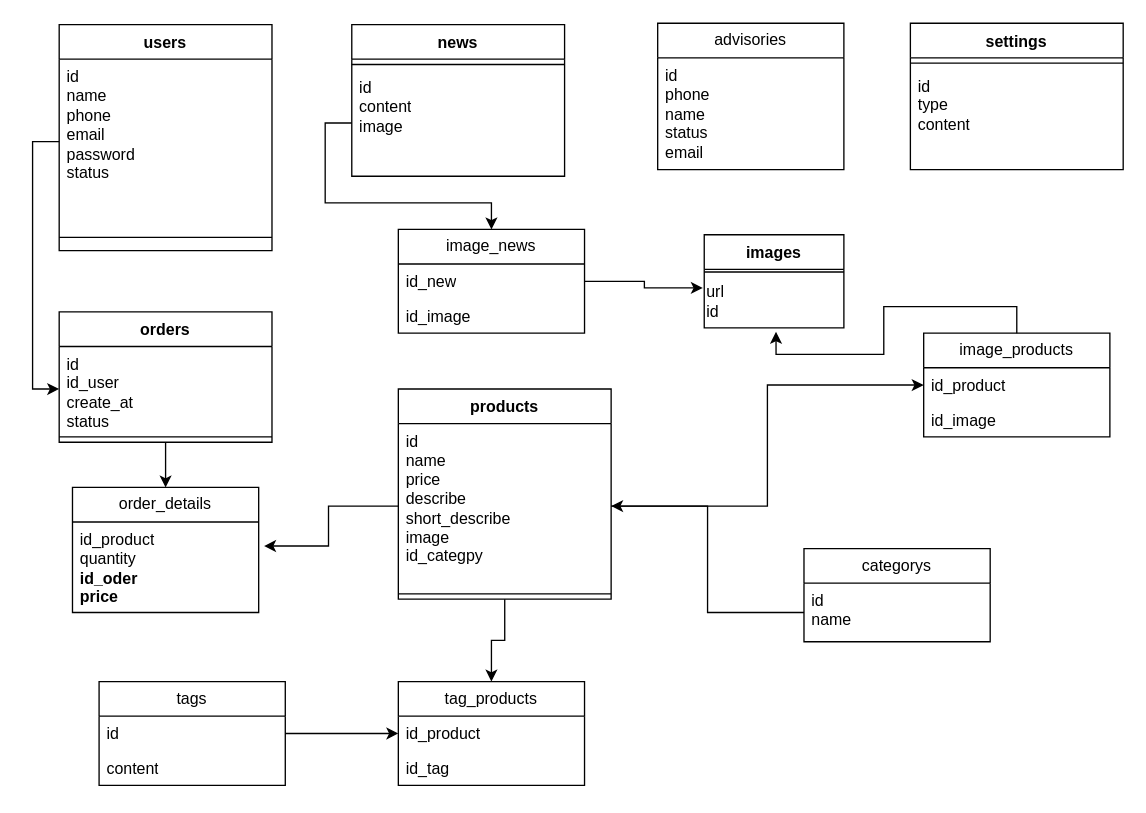
Earlier version of the draw.io diagram lop du kien.drawio (leehoang21/uml). Source tidied: cells renumbered, new cells numbered last; positions are measured from the earlier drawing's top-left corner, leaving out a move shared by most shapes. Both pictures are drawn from the tidied source at 133%, with x=0, y=0 at pixel (59, 23).
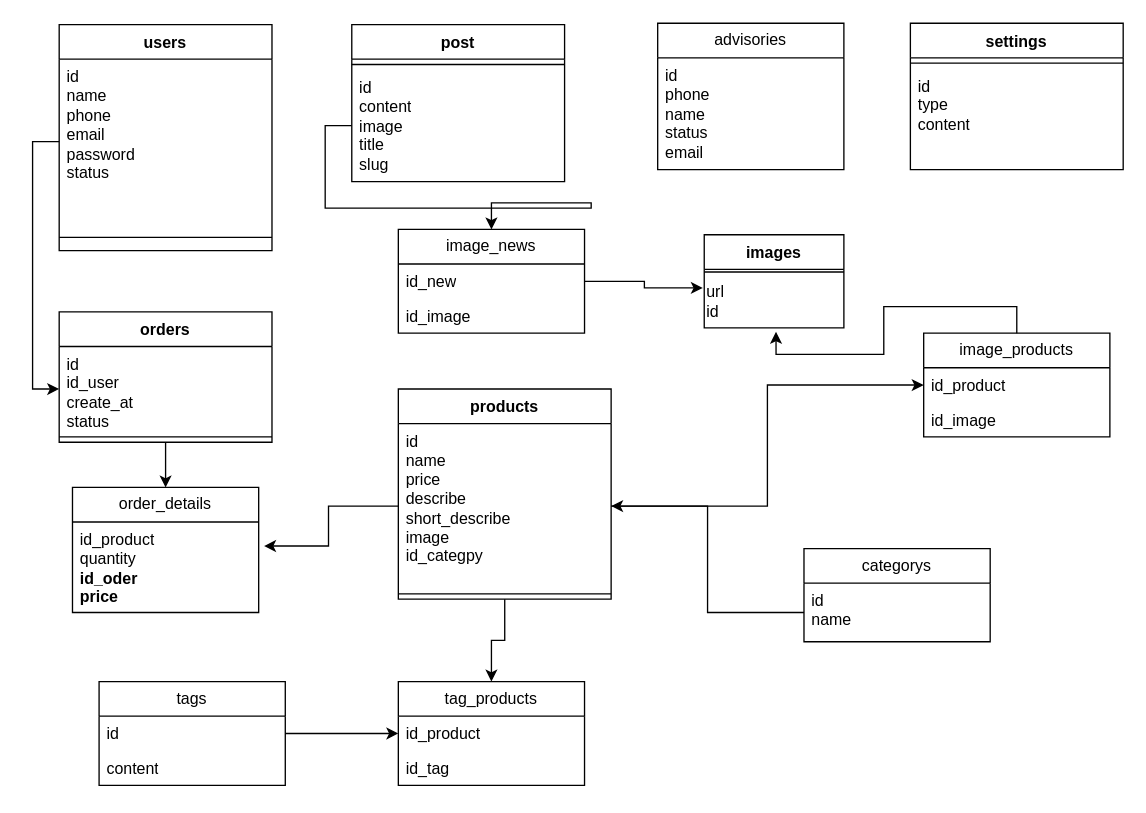
After the change.

What changed in the source:
```diff
@@
-    <mxCell id="11" value="news" style="swimlane;fontStyle=1;align=center;verticalAlign=top;horizontal=1;startSize=26;whiteSpace=wrap;html=1;" parent="1" vertex="1">
-      <mxGeometry x="220" y="1" width="160" height="114" as="geometry" />
+    <mxCell id="11" value="post" style="swimlane;fontStyle=1;align=center;verticalAlign=top;horizontal=1;startSize=26;whiteSpace=wrap;html=1;" parent="1" vertex="1">
+      <mxGeometry x="220" y="1" width="160" height="118" as="geometry" />
     </mxCell>
@@
-    <mxCell id="13" value="id&lt;br&gt;content&lt;br&gt;image" style="text;strokeColor=none;fillColor=none;align=left;verticalAlign=top;spacingLeft=4;spacingRight=4;overflow=hidden;points=[[0,0.5],[1,0.5]];portConstraint=eastwest;whiteSpace=wrap;html=1;" parent="11" vertex="1">
-      <mxGeometry y="34" width="160" height="80" as="geometry" />
+    <mxCell id="13" value="id&lt;br&gt;content&lt;br&gt;image&lt;br&gt;title&amp;nbsp;&lt;br&gt;slug" style="text;strokeColor=none;fillColor=none;align=left;verticalAlign=top;spacingLeft=4;spacingRight=4;overflow=hidden;points=[[0,0.5],[1,0.5]];portConstraint=eastwest;whiteSpace=wrap;html=1;" parent="11" vertex="1">
+      <mxGeometry y="34" width="160" height="84" as="geometry" />
     </mxCell>
```
